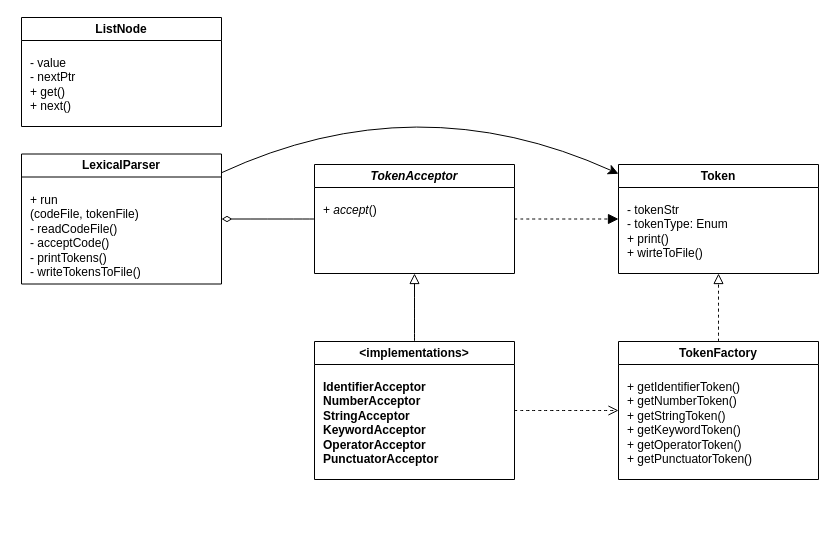
This is doc/class-spec.drawio from honeycrux/MyFirstCompiler, a draw.io file, before an edit. Source tidied: cells renumbered, new cells numbered last; positions are measured from the earlier drawing's top-left corner, leaving out a move shared by most shapes. Both pictures are drawn from the tidied source at 100%, with x=0, y=0 at pixel (21, 17).
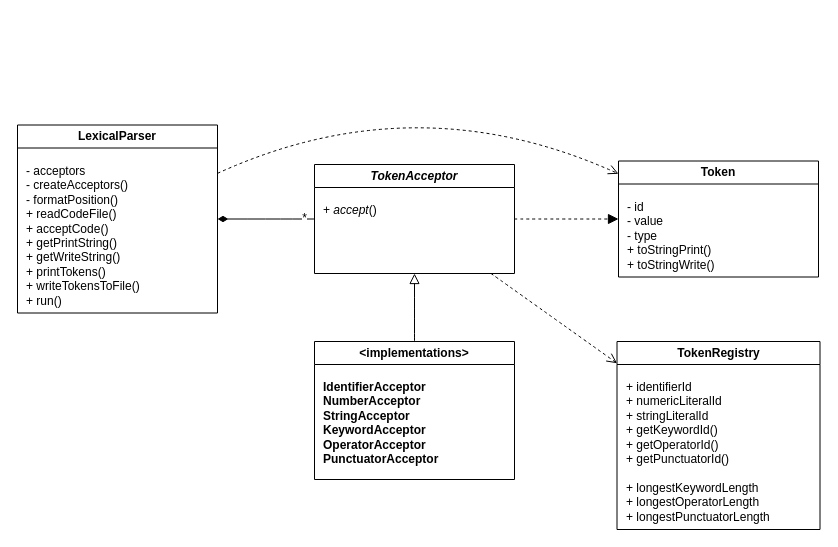
The same page after the edit.

Commit message (it also covers changes not shown here):
replace TokenFactory with TokenRegistry, add tests

Unchanged cells that the change refers to:
```xml
<mxCell id="9" value="&lt;i&gt;TokenAcceptor&lt;/i&gt;" style="swimlane;whiteSpace=wrap;html=1;" parent="1" vertex="1">
  <mxGeometry x="293" y="147" width="200" height="109" as="geometry" />
</mxCell>
<mxCell id="15" value="&amp;lt;implementations&amp;gt;" style="swimlane;whiteSpace=wrap;html=1;" parent="1" vertex="1">
  <mxGeometry x="293" y="324" width="200" height="138" as="geometry" />
</mxCell>
```

What changed in the source:
```diff
@@
     <mxCell id="2" value="Token" style="swimlane;whiteSpace=wrap;html=1;" parent="1" vertex="1">
-      <mxGeometry x="597" y="147" width="200" height="109" as="geometry" />
+      <mxGeometry x="597" y="143.5" width="200" height="116" as="geometry" />
     </mxCell>
-    <mxCell id="3" value="&lt;div style=&quot;font-size: 12px;&quot;&gt;- tokenStr&lt;/div&gt;&lt;div style=&quot;font-size: 12px;&quot;&gt;- tokenType: Enum&lt;/div&gt;+ print()&lt;div style=&quot;font-size: 12px;&quot;&gt;+ wirteToFile()&lt;/div&gt;" style="text;html=1;align=left;verticalAlign=top;strokeColor=none;fillColor=none;fontSize=12;" parent="2" vertex="1">
-      <mxGeometry x="7" y="32" width="119" height="70" as="geometry" />
+    <mxCell id="3" value="&lt;div style=&quot;font-size: 12px;&quot;&gt;- id&lt;/div&gt;&lt;div style=&quot;font-size: 12px;&quot;&gt;- value&lt;/div&gt;&lt;div style=&quot;font-size: 12px;&quot;&gt;- type&lt;/div&gt;+ toStringPrint()&lt;div style=&quot;font-size: 12px;&quot;&gt;+ toStringWrite()&lt;/div&gt;" style="text;html=1;align=left;verticalAlign=top;strokeColor=none;fillColor=none;fontSize=12;" parent="2" vertex="1">
+      <mxGeometry x="7" y="32" width="105" height="84" as="geometry" />
     </mxCell>
-    <mxCell id="4" style="edgeStyle=none;curved=1;rounded=0;jettySize=auto;html=1;fontSize=12;startSize=8;endSize=8;" parent="1" edge="1" source="5" target="2">
+    <mxCell id="4" style="edgeStyle=none;curved=1;rounded=0;jettySize=auto;html=1;fontSize=12;startSize=8;endSize=8;dashed=1;endArrow=open;endFill=0;" parent="1" edge="1" source="5" target="2">
       <mxGeometry relative="1" as="geometry">
         <Array as="points">
           <mxPoint x="395" y="65" />
         </Array>
       </mxGeometry>
     </mxCell>
     <mxCell id="5" value="LexicalParser" style="swimlane;whiteSpace=wrap;html=1;" parent="1" vertex="1">
-      <mxGeometry y="136.5" width="200" height="130" as="geometry" />
+      <mxGeometry x="-4" y="107.5" width="200" height="188" as="geometry" />
     </mxCell>
-    <mxCell id="6" value="&lt;div style=&quot;font-size: 12px;&quot;&gt;&lt;span style=&quot;background-color: initial; font-size: 12px;&quot;&gt;+ run&lt;/span&gt;&lt;br style=&quot;font-size: 12px;&quot;&gt;&lt;/div&gt;&lt;div style=&quot;font-size: 12px;&quot;&gt;(codeFile, tokenFile)&lt;/div&gt;&lt;div style=&quot;font-size: 12px;&quot;&gt;- readCodeFile()&lt;/div&gt;&lt;div style=&quot;font-size: 12px;&quot;&gt;- acceptCode()&lt;/div&gt;&lt;div style=&quot;font-size: 12px;&quot;&gt;- printTokens()&lt;/div&gt;&lt;div style=&quot;font-size: 12px;&quot;&gt;- writeTokensToFile()&lt;/div&gt;" style="text;html=1;align=left;verticalAlign=top;strokeColor=none;fillColor=none;fontSize=12;" parent="5" vertex="1">
-      <mxGeometry x="7" y="32" width="129" height="98" as="geometry" />
+    <mxCell id="6" value="&lt;div style=&quot;font-size: 12px;&quot;&gt;&lt;span style=&quot;background-color: initial; font-size: 12px;&quot;&gt;- acceptors&lt;/span&gt;&lt;/div&gt;&lt;div style=&quot;font-size: 12px;&quot;&gt;- createAcceptors()&lt;/div&gt;&lt;div&gt;- formatPosition()&lt;/div&gt;&lt;div style=&quot;font-size: 12px;&quot;&gt;+ readCodeFile()&lt;/div&gt;&lt;div style=&quot;font-size: 12px;&quot;&gt;&lt;span style=&quot;background-color: initial;&quot;&gt;+ acceptCode()&lt;/span&gt;&lt;br&gt;&lt;/div&gt;&lt;div style=&quot;font-size: 12px;&quot;&gt;&lt;span style=&quot;background-color: initial;&quot;&gt;+ getPrintString()&lt;/span&gt;&lt;/div&gt;&lt;div style=&quot;font-size: 12px;&quot;&gt;&lt;span style=&quot;background-color: initial;&quot;&gt;+ getWriteString()&lt;/span&gt;&lt;/div&gt;&lt;div style=&quot;font-size: 12px;&quot;&gt;+ printTokens()&lt;/div&gt;&lt;div style=&quot;font-size: 12px;&quot;&gt;+ writeTokensToFile()&lt;/div&gt;&lt;div style=&quot;font-size: 12px;&quot;&gt;&lt;span style=&quot;background-color: initial;&quot;&gt;+ run(&lt;/span&gt;&lt;span style=&quot;background-color: initial;&quot;&gt;)&lt;/span&gt;&lt;br&gt;&lt;/div&gt;" style="text;html=1;align=left;verticalAlign=top;strokeColor=none;fillColor=none;fontSize=12;" parent="5" vertex="1">
+      <mxGeometry x="7" y="32" width="132" height="156" as="geometry" />
     </mxCell>
-    <mxCell id="7" style="edgeStyle=none;curved=1;rounded=0;jettySize=auto;html=1;fontSize=12;startSize=8;endSize=8;endArrow=diamondThin;endFill=0;" parent="1" edge="1" source="9" target="5">
+    <mxCell id="7" style="edgeStyle=none;curved=1;rounded=0;jettySize=auto;html=1;fontSize=12;startSize=8;endSize=8;endArrow=diamondThin;endFill=1;" parent="1" edge="1" source="9" target="5">
       <mxGeometry relative="1" as="geometry" />
     </mxCell>
-    <mxCell id="8" style="edgeStyle=none;curved=1;rounded=0;jettySize=auto;html=1;fontSize=12;startSize=8;endSize=8;endArrow=block;endFill=1;dashed=1;" parent="1" edge="1" source="9" target="2">
-      <mxGeometry relative="1" as="geometry" />
-    </mxCell>
+    <mxCell id="20" value="*" style="edgeLabel;html=1;align=center;verticalAlign=middle;fontSize=12;" parent="7" vertex="1">
+      <mxGeometry x="-0.77" y="-1" relative="1" as="geometry" />
+    </mxCell>
@@
-    <mxCell id="11" value="ListNode" style="swimlane;whiteSpace=wrap;html=1;" parent="1" vertex="1">
-      <mxGeometry width="200" height="109" as="geometry" />
-    </mxCell>
-    <mxCell id="12" value="&lt;div style=&quot;font-size: 12px;&quot;&gt;- value&lt;/div&gt;&lt;div style=&quot;font-size: 12px;&quot;&gt;- nextPtr&lt;/div&gt;&lt;div style=&quot;font-size: 12px;&quot;&gt;+ get()&lt;/div&gt;+ next()" style="text;html=1;align=left;verticalAlign=top;strokeColor=none;fillColor=none;fontSize=12;" parent="11" vertex="1">
-      <mxGeometry x="7" y="32" width="63" height="70" as="geometry" />
-    </mxCell>
@@
-    <mxCell id="14" style="edgeStyle=none;curved=1;rounded=0;jettySize=auto;html=1;fontSize=12;startSize=8;endSize=8;endArrow=open;endFill=0;dashed=1;" parent="1" edge="1" source="15" target="17">
-      <mxGeometry relative="1" as="geometry" />
-    </mxCell>
@@
-    <mxCell id="17" value="TokenFactory" style="swimlane;whiteSpace=wrap;html=1;" parent="1" vertex="1">
-      <mxGeometry x="597" y="324" width="200" height="138" as="geometry" />
+    <mxCell id="17" value="TokenRegistry" style="swimlane;whiteSpace=wrap;html=1;" parent="1" vertex="1">
+      <mxGeometry x="595.5" y="324" width="203" height="188" as="geometry" />
     </mxCell>
-    <mxCell id="18" value="&lt;div&gt;+ getIdentifierToken()&lt;/div&gt;&lt;div style=&quot;font-size: 12px;&quot;&gt;+ getNumberToken()&lt;/div&gt;&lt;div style=&quot;font-size: 12px;&quot;&gt;+ getStringToken()&lt;/div&gt;&lt;div style=&quot;font-size: 12px;&quot;&gt;+ getKeywordToken()&lt;/div&gt;&lt;div style=&quot;font-size: 12px;&quot;&gt;&lt;span style=&quot;background-color: initial;&quot;&gt;+ getOperatorToken()&lt;/span&gt;&lt;br&gt;&lt;/div&gt;&lt;div style=&quot;font-size: 12px;&quot;&gt;+ getPunctuatorToken()&lt;/div&gt;" style="text;html=1;align=left;verticalAlign=top;strokeColor=none;fillColor=none;fontSize=12;" parent="17" vertex="1">
-      <mxGeometry x="7" y="32" width="143" height="98" as="geometry" />
+    <mxCell id="18" value="&lt;div&gt;&lt;span style=&quot;background-color: initial;&quot;&gt;+ identifierId&lt;/span&gt;&lt;br&gt;&lt;/div&gt;&lt;div style=&quot;font-size: 12px;&quot;&gt;+ numericLiteralId&lt;/div&gt;&lt;div style=&quot;font-size: 12px;&quot;&gt;+ stringLiteralId&lt;/div&gt;&lt;div style=&quot;font-size: 12px;&quot;&gt;+ getKeywordId()&lt;/div&gt;&lt;div style=&quot;font-size: 12px;&quot;&gt;&lt;span style=&quot;background-color: initial;&quot;&gt;+ getOperator&lt;/span&gt;Id&lt;span style=&quot;background-color: initial;&quot;&gt;(&lt;/span&gt;&lt;span style=&quot;background-color: initial;&quot;&gt;)&lt;/span&gt;&lt;/div&gt;&lt;div style=&quot;font-size: 12px;&quot;&gt;&lt;span style=&quot;background-color: initial;&quot;&gt;+ getPunctuatorId(&lt;/span&gt;&lt;span style=&quot;background-color: initial;&quot;&gt;)&lt;/span&gt;&lt;/div&gt;&lt;div style=&quot;font-size: 12px;&quot;&gt;&lt;span style=&quot;background-color: initial;&quot;&gt;&lt;br&gt;&lt;/span&gt;&lt;/div&gt;&lt;div style=&quot;font-size: 12px;&quot;&gt;&lt;div&gt;+ longestKeywordLength&lt;/div&gt;&lt;div&gt;+ longestOperatorLength&lt;/div&gt;&lt;div&gt;+ longestPunctuatorLength&lt;/div&gt;&lt;/div&gt;" style="text;html=1;align=left;verticalAlign=top;strokeColor=none;fillColor=none;fontSize=12;" parent="17" vertex="1">
+      <mxGeometry x="7" y="32" width="162" height="156" as="geometry" />
     </mxCell>
-    <mxCell id="19" style="edgeStyle=none;curved=1;rounded=0;jettySize=auto;html=1;fontSize=12;startSize=8;endSize=8;endArrow=block;endFill=0;dashed=1;" parent="1" edge="1" source="17" target="2">
+    <mxCell id="19" style="edgeStyle=none;curved=1;rounded=0;jettySize=auto;html=1;fontSize=12;startSize=8;endSize=8;endArrow=block;endFill=1;dashed=1;" parent="1" edge="1" source="9" target="2">
       <mxGeometry relative="1" as="geometry" />
     </mxCell>
+    <mxCell id="21" style="edgeStyle=none;curved=1;rounded=0;jettySize=auto;html=1;fontSize=12;startSize=8;endSize=8;endArrow=open;endFill=0;dashed=1;" parent="1" edge="1" source="9" target="17">
+      <mxGeometry relative="1" as="geometry" />
+    </mxCell>
```
